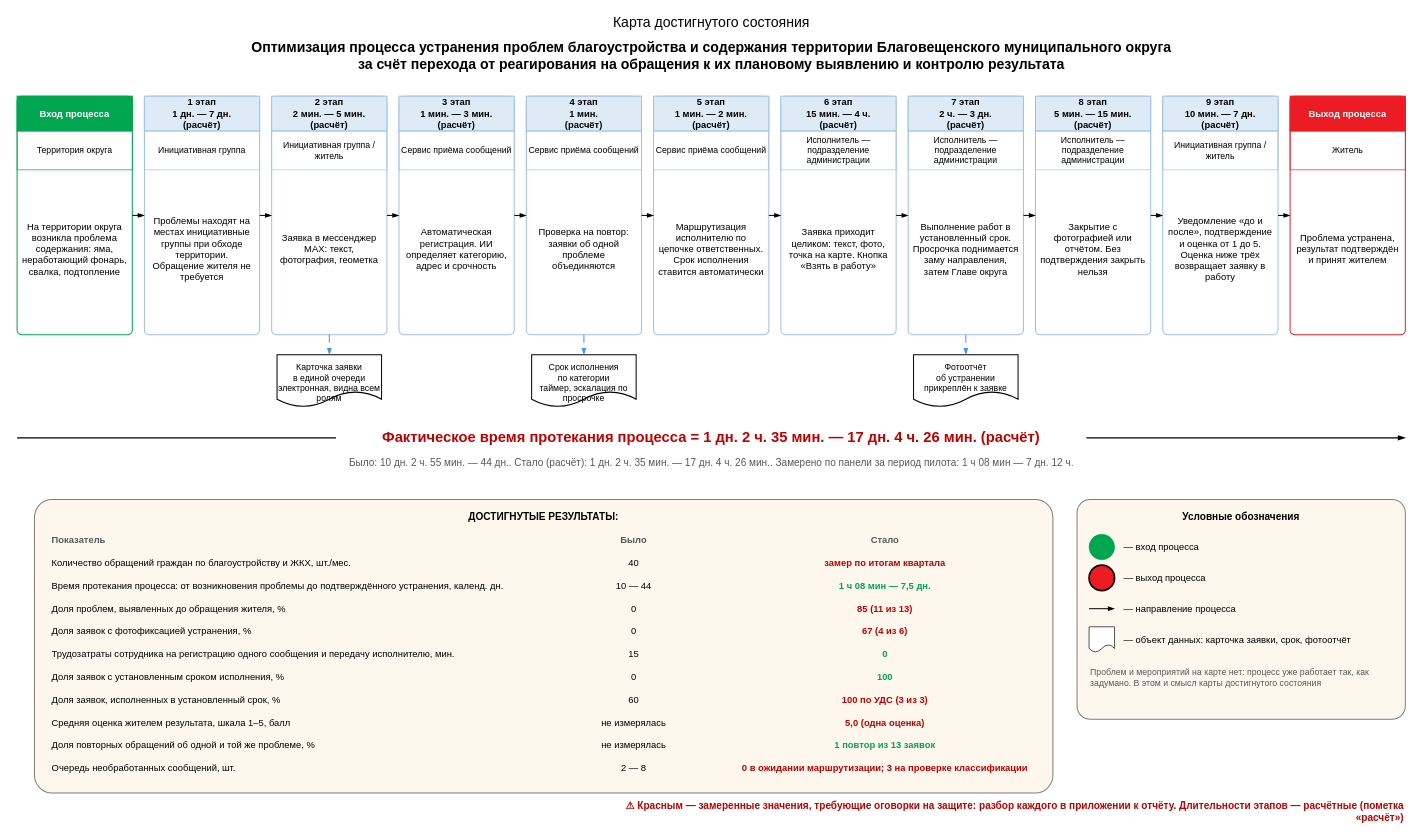
The draw.io diagram файлы/karta-dostignutogo.drawio in NiceGenn/Team-28-progress, before the edit. Source tidied: cells renumbered, new cells numbered last; positions are measured from the earlier drawing's top-left corner, leaving out a move shared by most shapes. Both pictures are drawn from the tidied source at 67%, with x=0, y=0 at pixel (17, 11).
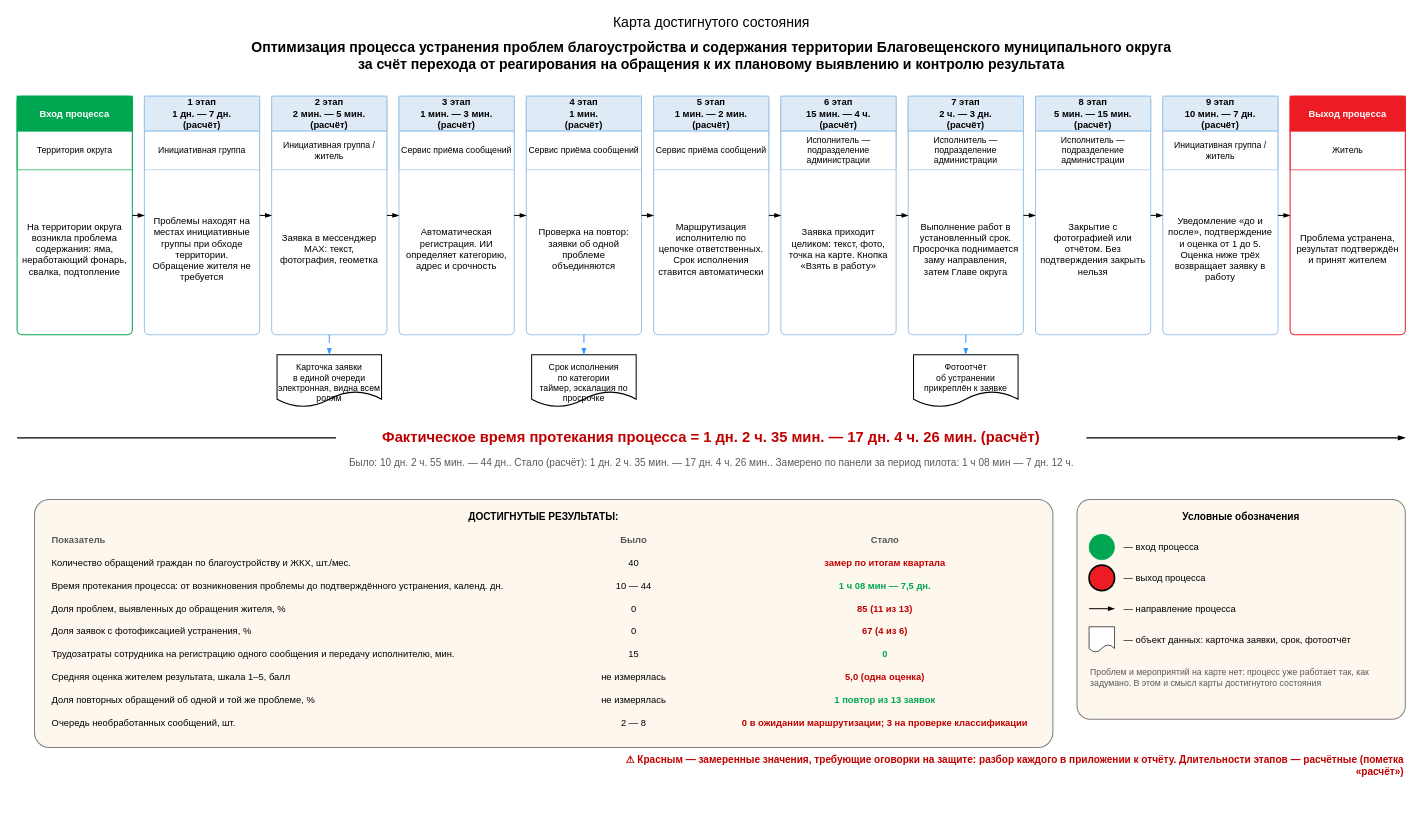
The same page after the edit.

What changed in the source:
```diff
@@
     <mxCell id="67" value="ДОСТИГНУТЫЕ РЕЗУЛЬТАТЫ:" style="rounded=1;arcSize=6;whiteSpace=wrap;html=1;fillColor=#FDF7EE;strokeColor=#7F7F7F;strokeWidth=1.5;verticalAlign=top;align=center;fontSize=15;fontStyle=1;spacing=12;" parent="1" vertex="1">
-      <mxGeometry x="26" y="728" width="1520" height="438" as="geometry" />
+      <mxGeometry x="26" y="728" width="1520" height="370" as="geometry" />
     </mxCell>
@@
-    <mxCell id="86" value="Доля заявок с установленным сроком исполнения, %" style="text;html=1;align=left;verticalAlign=middle;fontSize=14;" parent="67" vertex="1">
+    <mxCell id="86" value="Средняя оценка жителем результата, шкала 1–5, балл" style="text;html=1;align=left;verticalAlign=middle;fontSize=14;" parent="67" vertex="1">
       <mxGeometry x="24" y="248" width="750" height="34" as="geometry" />
     </mxCell>
-    <mxCell id="87" value="0" style="text;html=1;align=center;verticalAlign=middle;fontSize=14;fontColor=#000000;" parent="67" vertex="1">
+    <mxCell id="87" value="не измерялась" style="text;html=1;align=center;verticalAlign=middle;fontSize=14;fontColor=#000000;" parent="67" vertex="1">
       <mxGeometry x="774" y="248" width="240" height="34" as="geometry" />
     </mxCell>
-    <mxCell id="88" value="100" style="text;html=1;align=center;verticalAlign=middle;fontSize=14;fontStyle=1;fontColor=#00A650;" parent="67" vertex="1">
+    <mxCell id="88" value="5,0 (одна оценка)" style="text;html=1;align=center;verticalAlign=middle;fontSize=14;fontStyle=1;fontColor=#C00000;" parent="67" vertex="1">
       <mxGeometry x="1024" y="248" width="490" height="34" as="geometry" />
     </mxCell>
-    <mxCell id="89" value="Доля заявок, исполненных в установленный срок, %" style="text;html=1;align=left;verticalAlign=middle;fontSize=14;" parent="67" vertex="1">
+    <mxCell id="89" value="Доля повторных обращений об одной и той же проблеме, %" style="text;html=1;align=left;verticalAlign=middle;fontSize=14;" parent="67" vertex="1">
       <mxGeometry x="24" y="282" width="750" height="34" as="geometry" />
     </mxCell>
-    <mxCell id="90" value="60" style="text;html=1;align=center;verticalAlign=middle;fontSize=14;fontColor=#000000;" parent="67" vertex="1">
+    <mxCell id="90" value="не измерялась" style="text;html=1;align=center;verticalAlign=middle;fontSize=14;fontColor=#000000;" parent="67" vertex="1">
       <mxGeometry x="774" y="282" width="240" height="34" as="geometry" />
     </mxCell>
-    <mxCell id="91" value="100 по УДС (3 из 3)" style="text;html=1;align=center;verticalAlign=middle;fontSize=14;fontStyle=1;fontColor=#C00000;" parent="67" vertex="1">
+    <mxCell id="91" value="1 повтор из 13 заявок" style="text;html=1;align=center;verticalAlign=middle;fontSize=14;fontStyle=1;fontColor=#00A650;" parent="67" vertex="1">
       <mxGeometry x="1024" y="282" width="490" height="34" as="geometry" />
     </mxCell>
-    <mxCell id="92" value="Средняя оценка жителем результата, шкала 1–5, балл" style="text;html=1;align=left;verticalAlign=middle;fontSize=14;" parent="67" vertex="1">
+    <mxCell id="92" value="Очередь необработанных сообщений, шт." style="text;html=1;align=left;verticalAlign=middle;fontSize=14;" parent="67" vertex="1">
       <mxGeometry x="24" y="316" width="750" height="34" as="geometry" />
     </mxCell>
-    <mxCell id="93" value="не измерялась" style="text;html=1;align=center;verticalAlign=middle;fontSize=14;fontColor=#000000;" parent="67" vertex="1">
+    <mxCell id="93" value="2 — 8" style="text;html=1;align=center;verticalAlign=middle;fontSize=14;fontColor=#000000;" parent="67" vertex="1">
       <mxGeometry x="774" y="316" width="240" height="34" as="geometry" />
     </mxCell>
-    <mxCell id="94" value="5,0 (одна оценка)" style="text;html=1;align=center;verticalAlign=middle;fontSize=14;fontStyle=1;fontColor=#C00000;" parent="67" vertex="1">
+    <mxCell id="94" value="0 в ожидании маршрутизации; 3 на проверке классификации" style="text;html=1;align=center;verticalAlign=middle;fontSize=14;fontStyle=1;fontColor=#C00000;" parent="67" vertex="1">
       <mxGeometry x="1024" y="316" width="490" height="34" as="geometry" />
     </mxCell>
-    <mxCell id="95" value="Доля повторных обращений об одной и той же проблеме, %" style="text;html=1;align=left;verticalAlign=middle;fontSize=14;" parent="67" vertex="1">
-      <mxGeometry x="24" y="350" width="750" height="34" as="geometry" />
-    </mxCell>
-    <mxCell id="96" value="не измерялась" style="text;html=1;align=center;verticalAlign=middle;fontSize=14;fontColor=#000000;" parent="67" vertex="1">
-      <mxGeometry x="774" y="350" width="240" height="34" as="geometry" />
-    </mxCell>
-    <mxCell id="97" value="1 повтор из 13 заявок" style="text;html=1;align=center;verticalAlign=middle;fontSize=14;fontStyle=1;fontColor=#00A650;" parent="67" vertex="1">
-      <mxGeometry x="1024" y="350" width="490" height="34" as="geometry" />
-    </mxCell>
-    <mxCell id="98" value="Очередь необработанных сообщений, шт." style="text;html=1;align=left;verticalAlign=middle;fontSize=14;" parent="67" vertex="1">
-      <mxGeometry x="24" y="384" width="750" height="34" as="geometry" />
-    </mxCell>
-    <mxCell id="99" value="2 — 8" style="text;html=1;align=center;verticalAlign=middle;fontSize=14;fontColor=#000000;" parent="67" vertex="1">
-      <mxGeometry x="774" y="384" width="240" height="34" as="geometry" />
-    </mxCell>
-    <mxCell id="100" value="0 в ожидании маршрутизации; 3 на проверке классификации" style="text;html=1;align=center;verticalAlign=middle;fontSize=14;fontStyle=1;fontColor=#C00000;" parent="67" vertex="1">
-      <mxGeometry x="1024" y="384" width="490" height="34" as="geometry" />
-    </mxCell>
@@
     <mxCell id="111" value="⚠ Красным — замеренные значения, требующие оговорки на защите: разбор каждого в приложении к отчёту. Длительности этапов — расчётные (пометка «расчёт»)" style="text;html=1;align=right;verticalAlign=middle;whiteSpace=wrap;fontSize=15;fontStyle=1;fontColor=#C00000;" parent="1" vertex="1">
-      <mxGeometry x="872" y="1178" width="1200" height="30" as="geometry" />
+      <mxGeometry x="872" y="1110" width="1200" height="30" as="geometry" />
     </mxCell>
```
